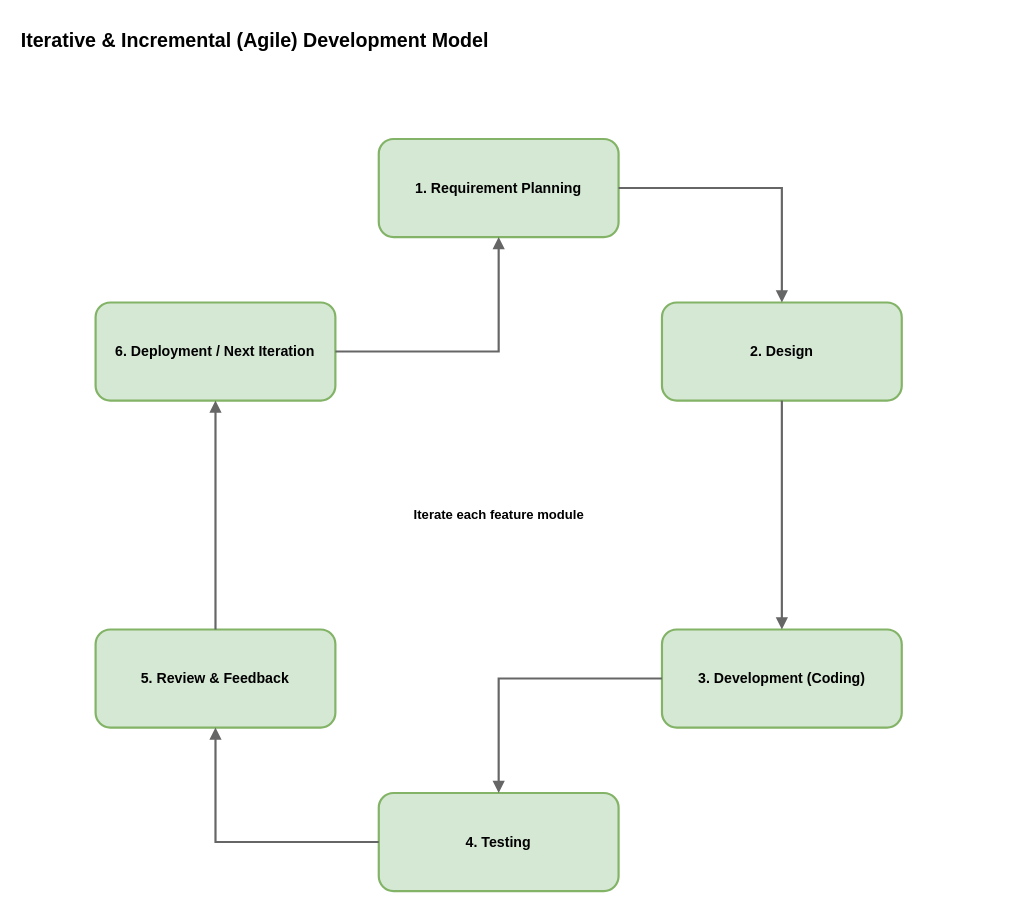
Earlier version of the draw.io diagram ProjectDocs/drawio/fig_3_7_methodology.drawio (Wuninsu/my-todo). Source tidied: cells renumbered, new cells numbered last; positions are measured from the earlier drawing's top-left corner, leaving out a move shared by most shapes. Both pictures are drawn from the tidied source at 109%, with x=0, y=0 at pixel (19, 19).
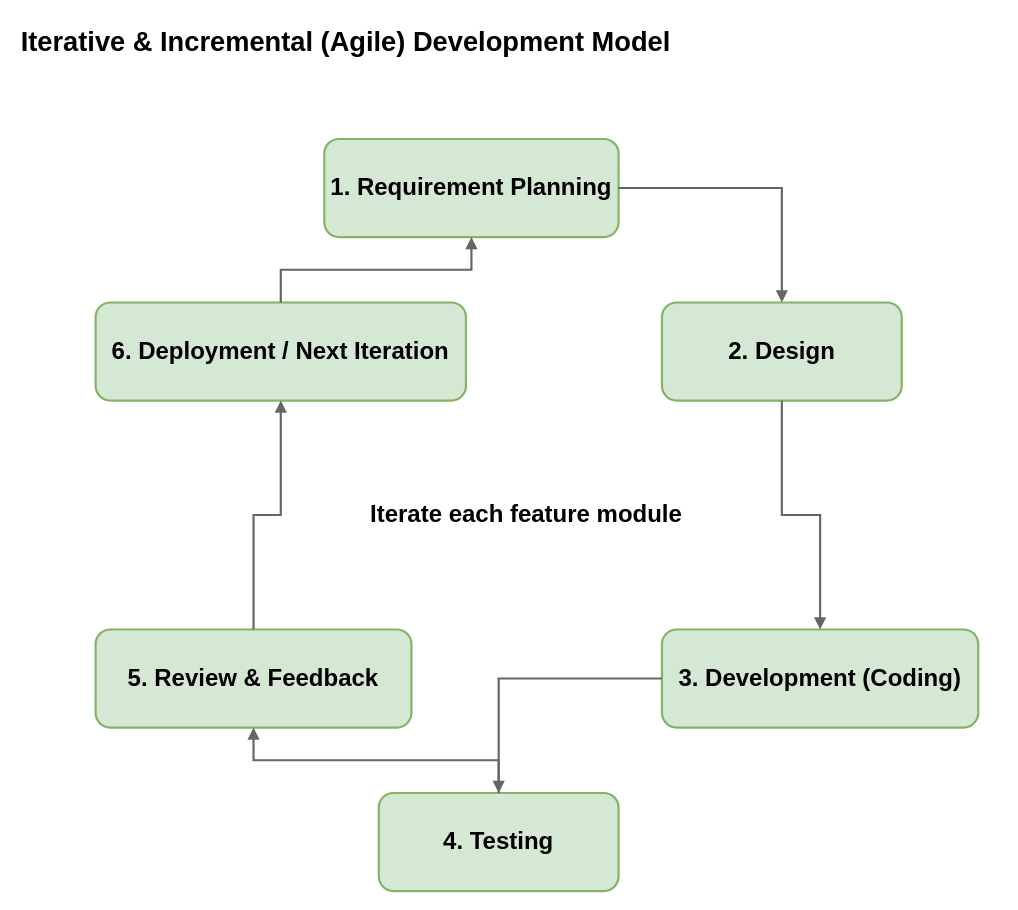
After the change.

The edit, as a diff of the source:
```diff
@@
 <mxGraphModel>
   <root>
     <mxCell id="0" />
     <mxCell id="1" parent="0" />
-    <mxCell id="2" value="Iterative &amp; Incremental (Agile) Development Model" style="text;html=1;align=left;verticalAlign=middle;fontSize=18;fontStyle=1;" parent="1" vertex="1">
+    <mxCell id="2" value="Iterative &amp;amp; Incremental (Agile) Development Model" style="text;html=1;align=left;verticalAlign=middle;fontSize=25;fontStyle=1;" parent="1" vertex="1">
       <mxGeometry width="900" height="40" as="geometry" />
     </mxCell>
-    <mxCell id="3" value="1. Requirement Planning" style="rounded=1;whiteSpace=wrap;html=1;fillColor=#d5e8d4;strokeColor=#82b366;fontSize=13;align=center;valign=middle;strokeWidth=2;fontStyle=1;" parent="1" vertex="1">
-      <mxGeometry x="330" y="110" width="220" height="90" as="geometry" />
+    <mxCell id="3" value="1. Requirement Planning" style="rounded=1;whiteSpace=wrap;html=1;fillColor=#d5e8d4;strokeColor=#82b366;fontSize=22;align=center;valign=middle;strokeWidth=2;fontStyle=1;" parent="1" vertex="1">
+      <mxGeometry x="280" y="110" width="270" height="90" as="geometry" />
     </mxCell>
-    <mxCell id="4" value="2. Design" style="rounded=1;whiteSpace=wrap;html=1;fillColor=#d5e8d4;strokeColor=#82b366;fontSize=13;align=center;valign=middle;strokeWidth=2;fontStyle=1;" parent="1" vertex="1">
+    <mxCell id="4" value="2. Design" style="rounded=1;whiteSpace=wrap;html=1;fillColor=#d5e8d4;strokeColor=#82b366;fontSize=22;align=center;valign=middle;strokeWidth=2;fontStyle=1;" parent="1" vertex="1">
       <mxGeometry x="589.8" y="260" width="220" height="90" as="geometry" />
     </mxCell>
-    <mxCell id="5" value="3. Development (Coding)" style="rounded=1;whiteSpace=wrap;html=1;fillColor=#d5e8d4;strokeColor=#82b366;fontSize=13;align=center;valign=middle;strokeWidth=2;fontStyle=1;" parent="1" vertex="1">
-      <mxGeometry x="589.8" y="560" width="220" height="90" as="geometry" />
+    <mxCell id="5" value="3. Development (Coding)" style="rounded=1;whiteSpace=wrap;html=1;fillColor=#d5e8d4;strokeColor=#82b366;fontSize=22;align=center;valign=middle;strokeWidth=2;fontStyle=1;" parent="1" vertex="1">
+      <mxGeometry x="589.8" y="560" width="290.2" height="90" as="geometry" />
     </mxCell>
-    <mxCell id="6" value="4. Testing" style="rounded=1;whiteSpace=wrap;html=1;fillColor=#d5e8d4;strokeColor=#82b366;fontSize=13;align=center;valign=middle;strokeWidth=2;fontStyle=1;" parent="1" vertex="1">
+    <mxCell id="6" value="4. Testing" style="rounded=1;whiteSpace=wrap;html=1;fillColor=#d5e8d4;strokeColor=#82b366;fontSize=22;align=center;valign=middle;strokeWidth=2;fontStyle=1;" parent="1" vertex="1">
       <mxGeometry x="330" y="710" width="220" height="90" as="geometry" />
     </mxCell>
-    <mxCell id="7" value="5. Review &amp; Feedback" style="rounded=1;whiteSpace=wrap;html=1;fillColor=#d5e8d4;strokeColor=#82b366;fontSize=13;align=center;valign=middle;strokeWidth=2;fontStyle=1;" parent="1" vertex="1">
-      <mxGeometry x="70.2" y="560" width="220" height="90" as="geometry" />
+    <mxCell id="7" value="5. Review &amp;amp; Feedback" style="rounded=1;whiteSpace=wrap;html=1;fillColor=#d5e8d4;strokeColor=#82b366;fontSize=22;align=center;valign=middle;strokeWidth=2;fontStyle=1;" parent="1" vertex="1">
+      <mxGeometry x="70.2" y="560" width="289.8" height="90" as="geometry" />
     </mxCell>
-    <mxCell id="8" value="6. Deployment / Next Iteration" style="rounded=1;whiteSpace=wrap;html=1;fillColor=#d5e8d4;strokeColor=#82b366;fontSize=13;align=center;valign=middle;strokeWidth=2;fontStyle=1;" parent="1" vertex="1">
-      <mxGeometry x="70.2" y="260" width="220" height="90" as="geometry" />
+    <mxCell id="8" value="6. Deployment / Next Iteration" style="rounded=1;whiteSpace=wrap;html=1;fillColor=#d5e8d4;strokeColor=#82b366;fontSize=22;align=center;valign=middle;strokeWidth=2;fontStyle=1;" parent="1" vertex="1">
+      <mxGeometry x="70.2" y="260" width="339.8" height="90" as="geometry" />
     </mxCell>
     <mxCell id="9" style="edgeStyle=orthogonalEdgeStyle;rounded=0;html=1;strokeColor=#666666;strokeWidth=2;endArrow=block;fontSize=11;" parent="1" edge="1" source="3" target="4">
       <mxGeometry relative="1" as="geometry" />
     </mxCell>
     <mxCell id="10" style="edgeStyle=orthogonalEdgeStyle;rounded=0;html=1;strokeColor=#666666;strokeWidth=2;endArrow=block;fontSize=11;" parent="1" edge="1" source="4" target="5">
       <mxGeometry relative="1" as="geometry" />
     </mxCell>
     <mxCell id="11" style="edgeStyle=orthogonalEdgeStyle;rounded=0;html=1;strokeColor=#666666;strokeWidth=2;endArrow=block;fontSize=11;" parent="1" edge="1" source="5" target="6">
       <mxGeometry relative="1" as="geometry" />
     </mxCell>
     <mxCell id="12" style="edgeStyle=orthogonalEdgeStyle;rounded=0;html=1;strokeColor=#666666;strokeWidth=2;endArrow=block;fontSize=11;" parent="1" edge="1" source="6" target="7">
       <mxGeometry relative="1" as="geometry" />
     </mxCell>
     <mxCell id="13" style="edgeStyle=orthogonalEdgeStyle;rounded=0;html=1;strokeColor=#666666;strokeWidth=2;endArrow=block;fontSize=11;" parent="1" edge="1" source="7" target="8">
       <mxGeometry relative="1" as="geometry" />
     </mxCell>
     <mxCell id="14" style="edgeStyle=orthogonalEdgeStyle;rounded=0;html=1;strokeColor=#666666;strokeWidth=2;endArrow=block;fontSize=11;" parent="1" edge="1" source="8" target="3">
       <mxGeometry relative="1" as="geometry" />
     </mxCell>
-    <mxCell id="15" value="Iterate each feature module" style="text;html=1;align=center;verticalAlign=middle;fontSize=12;fontStyle=1;" parent="1" vertex="1">
-      <mxGeometry x="360" y="425" width="160" height="60" as="geometry" />
+    <mxCell id="15" value="Iterate each feature module" style="text;html=1;align=center;verticalAlign=middle;fontSize=22;fontStyle=1;" parent="1" vertex="1">
+      <mxGeometry x="320" y="425" width="290" height="60" as="geometry" />
     </mxCell>
   </root>
 </mxGraphModel>
```
